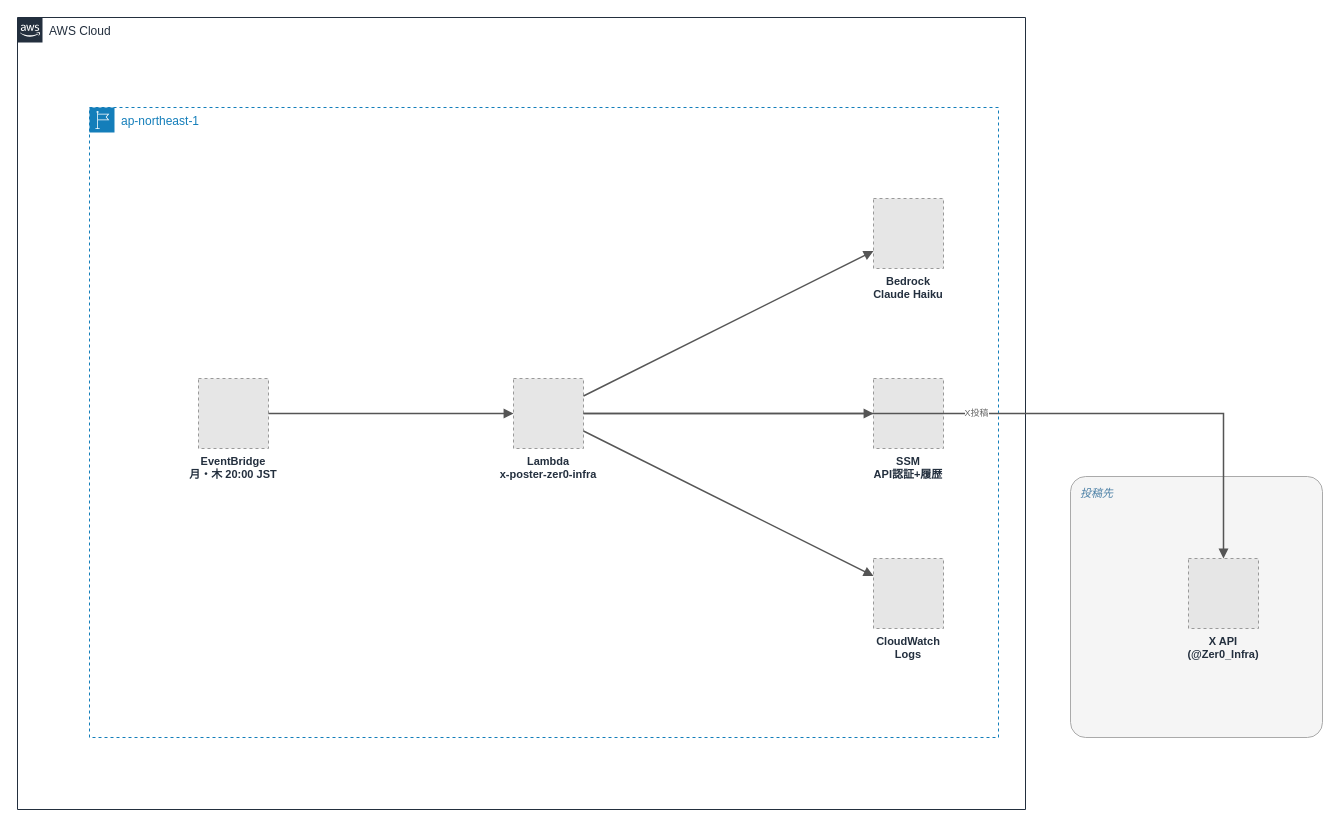
Above: 001_x-poster-zer0-infra/images/001_architecture.drawio in Zer0-1179/Zer0-public (draw.io), before the change. Source tidied: cells renumbered, new cells numbered last; positions are measured from the earlier drawing's top-left corner, leaving out a move shared by most shapes. Both pictures are drawn from the tidied source at 100%, with x=0, y=0 at pixel (17, 17). Pictures stored in the file or linked from it are replaced by grey dashed boxes.
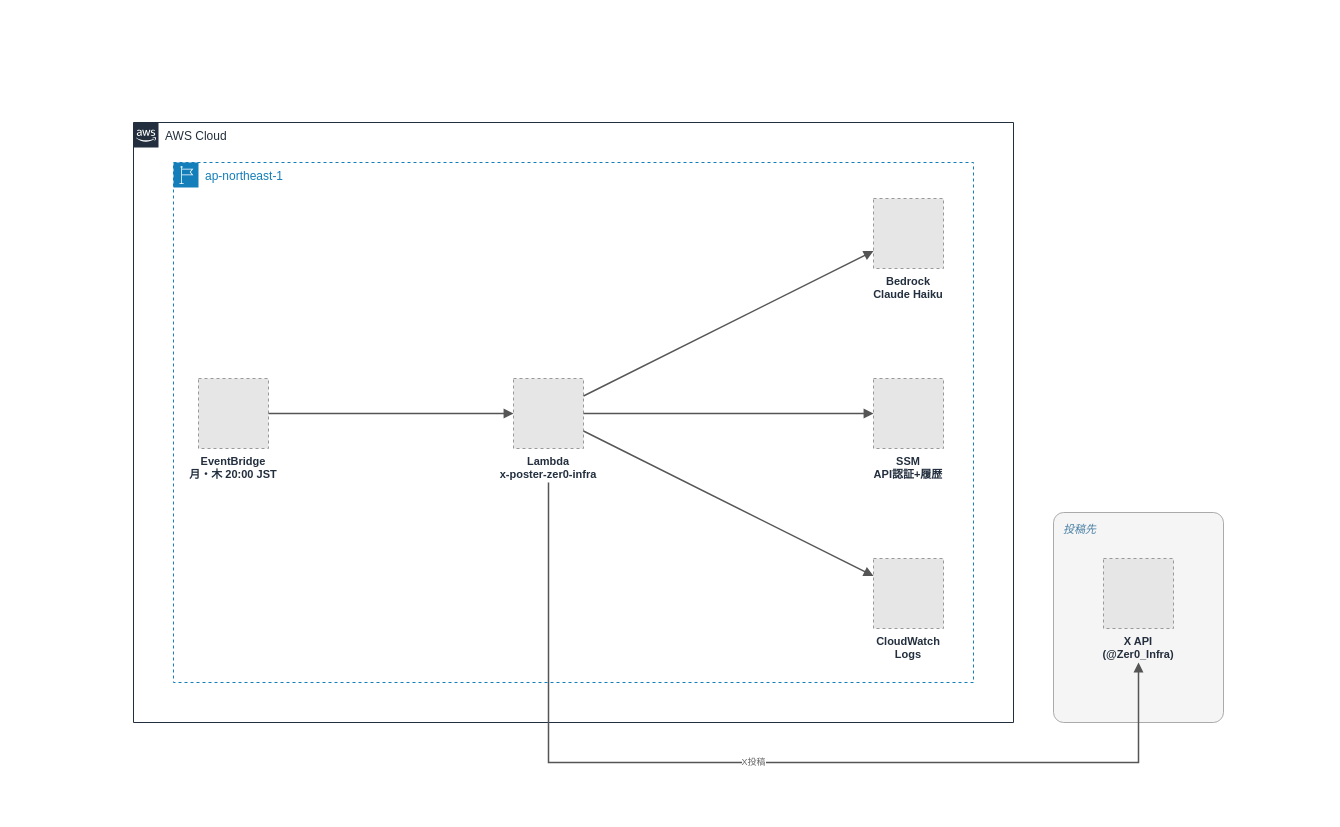
Above is the later version.

The edit, as a diff of the source:
```diff
@@
 <mxGraphModel>
   <root>
     <mxCell id="0" />
     <mxCell id="1" parent="0" />
     <mxCell id="2" value="AWS Cloud" style="gradientColor=none;html=1;whiteSpace=wrap;fontSize=12;fontStyle=0;shape=mxgraph.aws4.group;grIcon=mxgraph.aws4.group_aws_cloud_alt;strokeColor=#232F3E;fillColor=none;verticalAlign=top;align=left;spacingLeft=30;fontColor=#232F3E;dashed=0;" parent="1" vertex="1">
-      <mxGeometry width="1008" height="792" as="geometry" />
+      <mxGeometry x="116" y="105" width="880" height="600" as="geometry" />
     </mxCell>
     <mxCell id="3" value="投稿先" style="rounded=1;arcSize=6;whiteSpace=wrap;html=1;fillColor=#F5F5F5;strokeColor=#AAAAAA;verticalAlign=top;align=left;spacingLeft=8;spacingTop=4;fontColor=#4A7FA5;fontStyle=2;fontSize=11;" parent="1" vertex="1">
-      <mxGeometry x="1053" y="459" width="252" height="261" as="geometry" />
+      <mxGeometry x="1036" y="495" width="170" height="210" as="geometry" />
     </mxCell>
-    <mxCell id="4" value="ap-northeast-1" style="gradientColor=none;html=1;whiteSpace=wrap;fontSize=12;fontStyle=0;shape=mxgraph.aws4.group;grIcon=mxgraph.aws4.group_region;strokeColor=#147EBA;fillColor=none;verticalAlign=top;align=left;spacingLeft=30;fontColor=#147EBA;dashed=1;" parent="2" vertex="1">
-      <mxGeometry x="72" y="90" width="909" height="630" as="geometry" />
-    </mxCell>
     <mxCell id="5" value="EventBridge&#10;月・木 20:00 JST" style="fillColor=#E6E6E6;strokeColor=#999999;dashed=1;verticalLabelPosition=bottom;verticalAlign=top;labelBackgroundColor=none;fontSize=11;fontStyle=1;fontColor=#232F3E;" parent="1" vertex="1">
       <mxGeometry x="181" y="361" width="70" height="70" as="geometry" />
     </mxCell>
     <mxCell id="6" value="Lambda&#10;x-poster-zer0-infra" style="fillColor=#E6E6E6;strokeColor=#999999;dashed=1;verticalLabelPosition=bottom;verticalAlign=top;labelBackgroundColor=none;fontSize=11;fontStyle=1;fontColor=#232F3E;" parent="1" vertex="1">
       <mxGeometry x="496" y="361" width="70" height="70" as="geometry" />
     </mxCell>
     <mxCell id="7" value="Bedrock&#10;Claude Haiku" style="fillColor=#E6E6E6;strokeColor=#999999;dashed=1;verticalLabelPosition=bottom;verticalAlign=top;labelBackgroundColor=none;fontSize=11;fontStyle=1;fontColor=#232F3E;" parent="1" vertex="1">
       <mxGeometry x="856" y="181" width="70" height="70" as="geometry" />
     </mxCell>
     <mxCell id="8" value="SSM&#10;API認証+履歴" style="fillColor=#E6E6E6;strokeColor=#999999;dashed=1;verticalLabelPosition=bottom;verticalAlign=top;labelBackgroundColor=none;fontSize=11;fontStyle=1;fontColor=#232F3E;" parent="1" vertex="1">
       <mxGeometry x="856" y="361" width="70" height="70" as="geometry" />
     </mxCell>
     <mxCell id="9" value="CloudWatch&#10;Logs" style="fillColor=#E6E6E6;strokeColor=#999999;dashed=1;verticalLabelPosition=bottom;verticalAlign=top;labelBackgroundColor=none;fontSize=11;fontStyle=1;fontColor=#232F3E;" parent="1" vertex="1">
       <mxGeometry x="856" y="541" width="70" height="70" as="geometry" />
     </mxCell>
     <mxCell id="10" value="X API&#10;(@Zer0_Infra)" style="fillColor=#E6E6E6;strokeColor=#999999;dashed=1;verticalLabelPosition=bottom;verticalAlign=top;labelBackgroundColor=none;fontSize=11;fontStyle=1;fontColor=#232F3E;" parent="1" vertex="1">
-      <mxGeometry x="1171" y="541" width="70" height="70" as="geometry" />
+      <mxGeometry x="1086" y="541" width="70" height="70" as="geometry" />
     </mxCell>
     <mxCell id="11" style="endArrow=block;html=1;rounded=0;edgeStyle=none;strokeColor=#555555;strokeWidth=1.5;fontSize=9;fontColor=#666666;labelBackgroundColor=#FFFFFF;" parent="1" edge="1" source="5" target="6">
       <mxGeometry relative="1" as="geometry" />
     </mxCell>
     <mxCell id="12" style="endArrow=block;html=1;rounded=0;edgeStyle=none;strokeColor=#555555;strokeWidth=1.5;fontSize=9;fontColor=#666666;labelBackgroundColor=#FFFFFF;" parent="1" edge="1" source="6" target="7">
       <mxGeometry relative="1" as="geometry" />
     </mxCell>
     <mxCell id="13" style="endArrow=block;html=1;rounded=0;edgeStyle=none;strokeColor=#555555;strokeWidth=1.5;fontSize=9;fontColor=#666666;labelBackgroundColor=#FFFFFF;" parent="1" edge="1" source="6" target="8">
       <mxGeometry relative="1" as="geometry" />
     </mxCell>
     <mxCell id="14" style="endArrow=block;html=1;rounded=0;edgeStyle=none;strokeColor=#555555;strokeWidth=1.5;fontSize=9;fontColor=#666666;labelBackgroundColor=#FFFFFF;" parent="1" edge="1" source="6" target="9">
       <mxGeometry relative="1" as="geometry" />
     </mxCell>
-    <mxCell id="15" value="X投稿" style="endArrow=block;html=1;rounded=0;edgeStyle=orthogonalEdgeStyle;strokeColor=#555555;strokeWidth=1.5;fontSize=9;fontColor=#666666;labelBackgroundColor=#FFFFFF;" parent="1" edge="1" source="6" target="10">
-      <mxGeometry relative="1" as="geometry" />
+    <mxCell id="15" value="X投稿" style="endArrow=block;html=1;rounded=0;edgeStyle=orthogonalEdgeStyle;strokeColor=#555555;strokeWidth=1.5;fontSize=9;fontColor=#666666;labelBackgroundColor=#FFFFFF;" parent="1" edge="1">
+      <mxGeometry relative="1" as="geometry">
+        <mxPoint x="531" y="465" as="sourcePoint" />
+        <mxPoint x="1121" y="645" as="targetPoint" />
+        <Array as="points">
+          <mxPoint x="531" y="745" />
+          <mxPoint x="1121" y="745" />
+        </Array>
+      </mxGeometry>
     </mxCell>
+    <mxCell id="4" value="ap-northeast-1" style="gradientColor=none;html=1;whiteSpace=wrap;fontSize=12;fontStyle=0;shape=mxgraph.aws4.group;grIcon=mxgraph.aws4.group_region;strokeColor=#147EBA;fillColor=none;verticalAlign=top;align=left;spacingLeft=30;fontColor=#147EBA;dashed=1;" parent="1" vertex="1">
+      <mxGeometry x="156" y="145" width="800" height="520" as="geometry" />
+    </mxCell>
   </root>
 </mxGraphModel>
```
